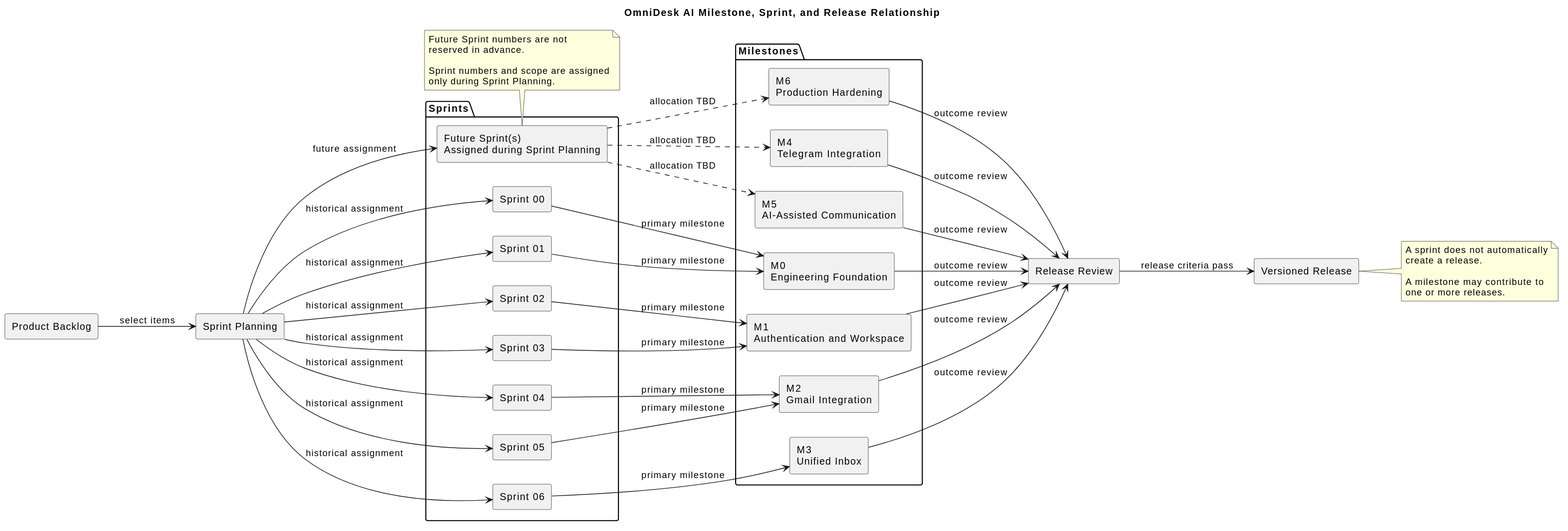
Earlier version of the PlantUML export docs/Project-Management/diagrams/milestone-sprint-release-relationship.svg (Farhad-Valizadegan/Web-OmniDesk). Its diagram source:
```plantuml
@startuml
title OmniDesk AI Milestone, Sprint, and Release Relationship

left to right direction
skinparam componentStyle rectangle

rectangle "Product Backlog" as Backlog
rectangle "Sprint Planning" as Planning

package "Milestones" {
  rectangle "M0\nEngineering Foundation" as M0
  rectangle "M1\nAuthentication and Workspace" as M1
  rectangle "M2\nGmail Integration" as M2
  rectangle "M3\nUnified Inbox" as M3
  rectangle "M4\nTelegram Integration" as M4
  rectangle "M5\nAI-Assisted Communication" as M5
  rectangle "M6\nProduction Hardening" as M6
}

package "Sprints" {
  rectangle "Sprint 00" as S00
  rectangle "Sprint 01" as S01
  rectangle "Sprint 02" as S02
  rectangle "Sprint 03" as S03
  rectangle "Sprint 04" as S04
  rectangle "Sprint 05" as S05
  rectangle "Sprint 06" as S06
  rectangle "Future Sprint(s)\nAssigned during Sprint Planning" as SF
}

rectangle "Release Review" as Review
rectangle "Versioned Release" as Release

Backlog --> Planning : select items

Planning --> S00 : historical assignment
Planning --> S01 : historical assignment
Planning --> S02 : historical assignment
Planning --> S03 : historical assignment
Planning --> S04 : historical assignment
Planning --> S05 : historical assignment
Planning --> S06 : historical assignment
Planning --> SF : future assignment

S00 --> M0 : primary milestone
S01 --> M0 : primary milestone
S02 --> M1 : primary milestone
S03 --> M1 : primary milestone
S04 --> M2 : primary milestone
S05 --> M2 : primary milestone
S06 --> M3 : primary milestone

SF ..> M4 : allocation TBD
SF ..> M5 : allocation TBD
SF ..> M6 : allocation TBD

M0 --> Review : outcome review
M1 --> Review : outcome review
M2 --> Review : outcome review
M3 --> Review : outcome review
M4 --> Review : outcome review
M5 --> Review : outcome review
M6 --> Review : outcome review

Review --> Release : release criteria pass

note bottom of SF
Future Sprint numbers are not
reserved in advance.

Sprint numbers and scope are assigned
only during Sprint Planning.
end note

note right of Release
A sprint does not automatically
create a release.

A milestone may contribute to
one or more releases.
end note
@enduml
```
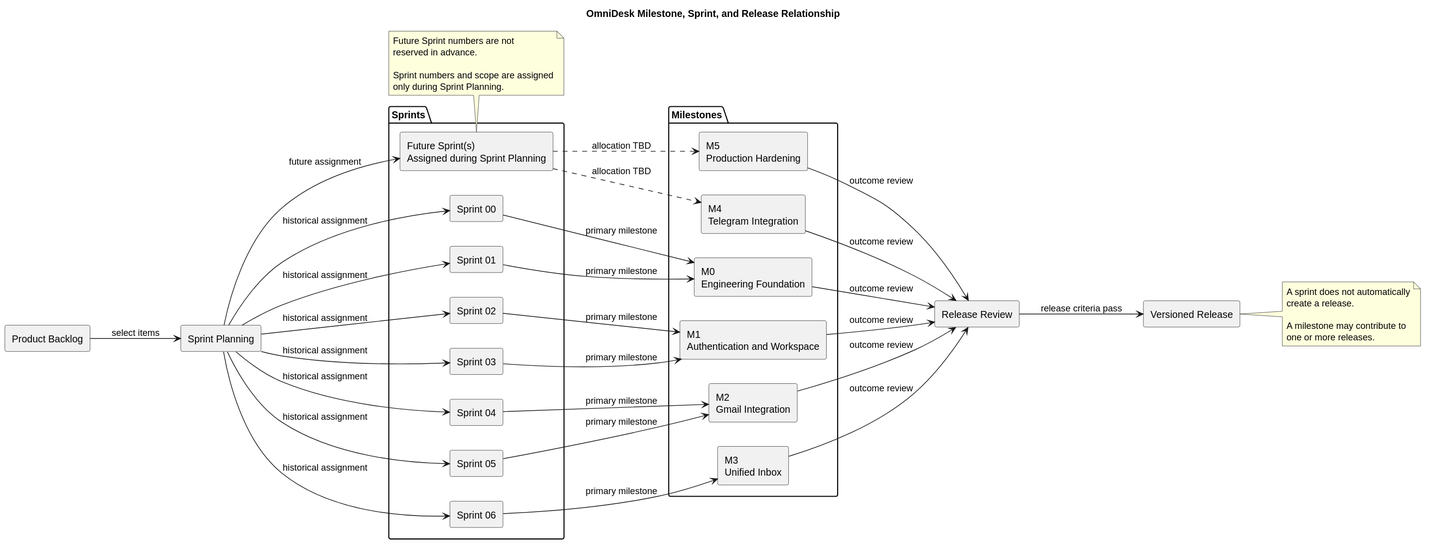
After the commit.

Diff of the diagram source:
```diff
@@ -1,5 +1,5 @@
 @startuml
-title OmniDesk AI Milestone, Sprint, and Release Relationship
+title OmniDesk Milestone, Sprint, and Release Relationship
 
 left to right direction
 skinparam componentStyle rectangle
@@ -13,8 +13,7 @@
   rectangle "M2\nGmail Integration" as M2
   rectangle "M3\nUnified Inbox" as M3
   rectangle "M4\nTelegram Integration" as M4
-  rectangle "M5\nAI-Assisted Communication" as M5
-  rectangle "M6\nProduction Hardening" as M6
+  rectangle "M5\nProduction Hardening" as M5
 }
 
 package "Sprints" {
@@ -52,7 +51,6 @@
 
 SF ..> M4 : allocation TBD
 SF ..> M5 : allocation TBD
-SF ..> M6 : allocation TBD
 
 M0 --> Review : outcome review
 M1 --> Review : outcome review
@@ -60,7 +58,6 @@
 M3 --> Review : outcome review
 M4 --> Review : outcome review
 M5 --> Review : outcome review
-M6 --> Review : outcome review
 
 Review --> Release : release criteria pass
 
```
